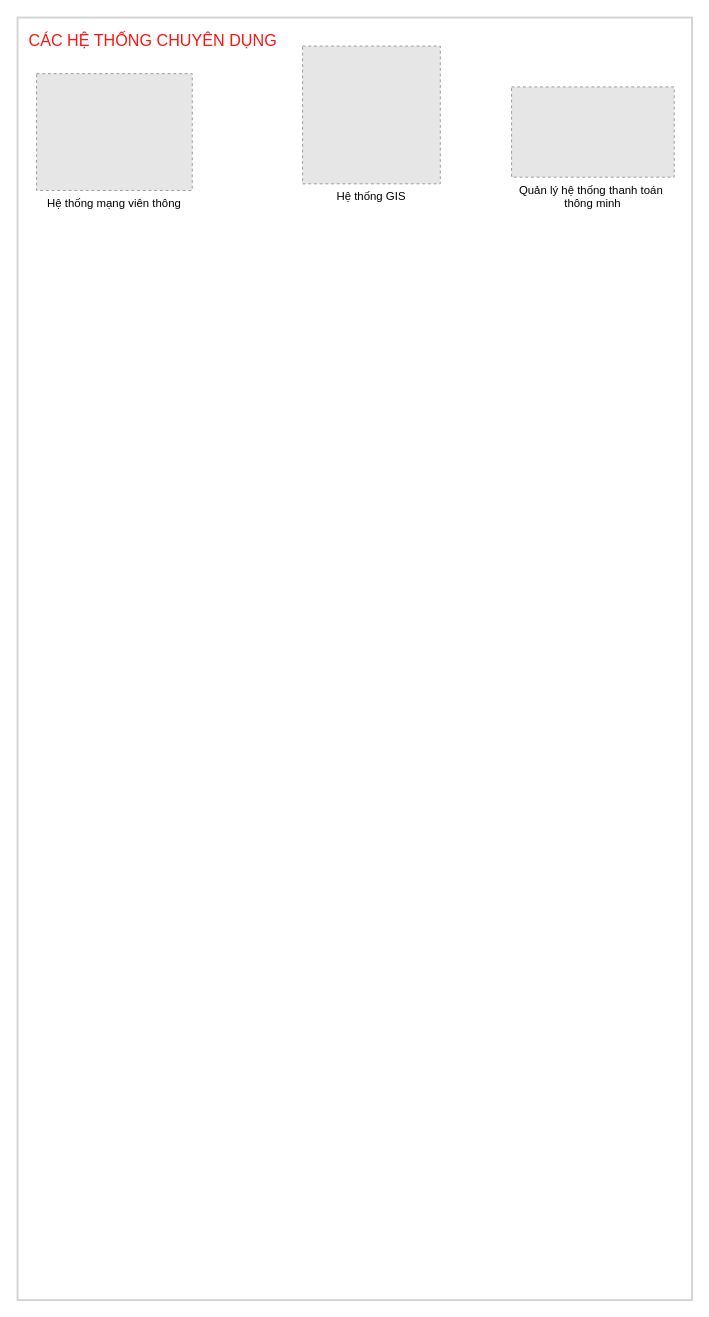
The draw.io diagram so-do-draw/smart_city_v2.drawio in letheanh12345/Draw-io, before the edit. Source tidied: cells renumbered, new cells numbered last; positions are measured from the earlier drawing's top-left corner, leaving out a move shared by most shapes. Both pictures are drawn from the tidied source at 95%, with x=0, y=0 at pixel (17, 17). Pictures stored in the file or linked from it are replaced by grey dashed boxes.
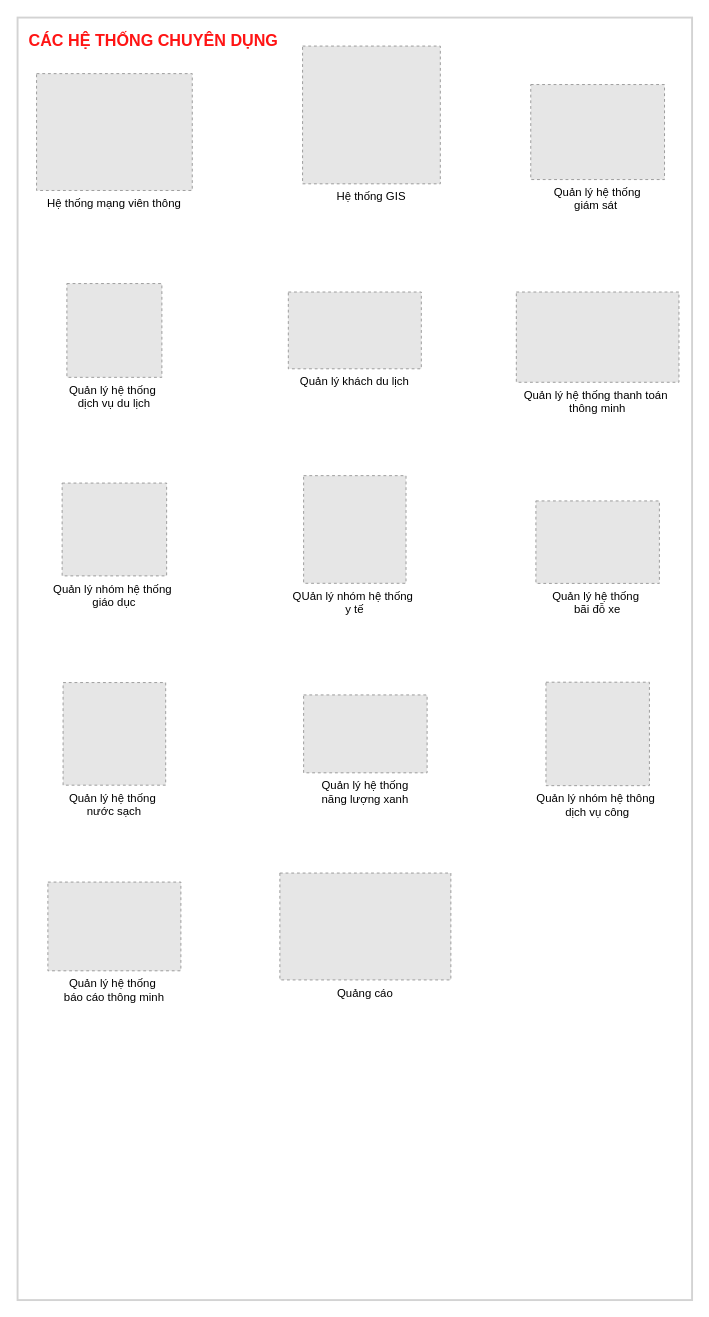
Above is the later version.

The edit, as a diff of the source:
```diff
@@
 <mxGraphModel>
   <root>
     <mxCell id="0" />
     <mxCell id="1" parent="0" />
     <mxCell id="2" style="rounded=0;whiteSpace=wrap;html=1;fillColor=none;strokeColor=#d3d3d3;strokeWidth=2;" parent="1" vertex="1">
       <mxGeometry width="710" height="1350" as="geometry" />
     </mxCell>
-    <mxCell id="3" value="&lt;font style=&quot;font-size: 17px;&quot;&gt;CÁC HỆ THỐNG CHUYÊN DỤNG&lt;/font&gt;" style="text;html=1;strokeColor=none;fillColor=none;align=left;verticalAlign=middle;whiteSpace=wrap;rounded=0;fontColor=#FF1414;" parent="1" vertex="1">
+    <mxCell id="3" value="&lt;font style=&quot;font-size: 17px;&quot;&gt;&lt;b&gt;CÁC HỆ THỐNG CHUYÊN DỤNG&lt;/b&gt;&lt;/font&gt;" style="text;html=1;strokeColor=none;fillColor=none;align=left;verticalAlign=middle;whiteSpace=wrap;rounded=0;fontColor=#FF1414;" parent="1" vertex="1">
       <mxGeometry x="10" y="10" width="390" height="30" as="geometry" />
     </mxCell>
     <mxCell id="4" value="Hệ thống mạng viên thông" style="fillColor=#E6E6E6;strokeColor=#999999;dashed=1;verticalLabelPosition=bottom;labelBackgroundColor=default;verticalAlign=top;" parent="1" vertex="1">
       <mxGeometry x="20" y="59" width="163.9" height="123" as="geometry" />
     </mxCell>
     <mxCell id="5" value="Hệ thống GIS" style="fillColor=#E6E6E6;strokeColor=#999999;dashed=1;verticalLabelPosition=bottom;labelBackgroundColor=default;verticalAlign=top;" parent="1" vertex="1">
       <mxGeometry x="300" y="30" width="145" height="145" as="geometry" />
     </mxCell>
     <mxCell id="6" value="Quản lý hệ thống thanh toán &#10;thông minh" style="fillColor=#E6E6E6;strokeColor=#999999;dashed=1;verticalLabelPosition=bottom;labelBackgroundColor=default;verticalAlign=top;" parent="1" vertex="1">
-      <mxGeometry x="520" y="73" width="171.2" height="95" as="geometry" />
+      <mxGeometry x="525" y="288.9" width="171.2" height="95" as="geometry" />
     </mxCell>
+    <mxCell id="7" value="Quản lý hệ thống &#10;giám sát " style="fillColor=#E6E6E6;strokeColor=#999999;dashed=1;verticalLabelPosition=bottom;labelBackgroundColor=default;verticalAlign=top;" parent="1" vertex="1">
+      <mxGeometry x="540.2" y="70.5" width="140.8" height="100" as="geometry" />
+    </mxCell>
+    <mxCell id="8" value="QUản lý nhóm hệ thống &#10;y tế" style="fillColor=#E6E6E6;strokeColor=#999999;dashed=1;verticalLabelPosition=bottom;labelBackgroundColor=default;verticalAlign=top;" parent="1" vertex="1">
+      <mxGeometry x="301.1" y="482.2" width="107.8" height="113.3" as="geometry" />
+    </mxCell>
+    <mxCell id="9" value="Quản lý khách du lịch" style="fillColor=#E6E6E6;strokeColor=#999999;dashed=1;verticalLabelPosition=bottom;labelBackgroundColor=default;verticalAlign=top;" parent="1" vertex="1">
+      <mxGeometry x="285" y="288.9" width="140" height="80.8" as="geometry" />
+    </mxCell>
+    <mxCell id="10" value="Quản lý nhóm hệ thống &#10;giáo dục" style="fillColor=#E6E6E6;strokeColor=#999999;dashed=1;verticalLabelPosition=bottom;labelBackgroundColor=default;verticalAlign=top;" parent="1" vertex="1">
+      <mxGeometry x="46.9" y="490" width="110" height="97.7" as="geometry" />
+    </mxCell>
+    <mxCell id="11" value="Quản lý nhóm hệ thông &#10;dịch vụ công" style="fillColor=#E6E6E6;strokeColor=#999999;dashed=1;verticalLabelPosition=bottom;labelBackgroundColor=default;verticalAlign=top;" parent="1" vertex="1">
+      <mxGeometry x="556.2" y="699.6" width="108.9" height="108.9" as="geometry" />
+    </mxCell>
+    <mxCell id="12" value="Quản lý hệ thống&#10;năng lượng xanh" style="fillColor=#E6E6E6;strokeColor=#999999;dashed=1;verticalLabelPosition=bottom;labelBackgroundColor=default;verticalAlign=top;" parent="1" vertex="1">
+      <mxGeometry x="301.1" y="713" width="130" height="82" as="geometry" />
+    </mxCell>
+    <mxCell id="13" value="Quản lý hệ thống &#10;nước sạch" style="fillColor=#E6E6E6;strokeColor=#999999;dashed=1;verticalLabelPosition=bottom;labelBackgroundColor=default;verticalAlign=top;" parent="1" vertex="1">
+      <mxGeometry x="47.9" y="700" width="108" height="108" as="geometry" />
+    </mxCell>
+    <mxCell id="14" value="Quản lý hệ thống &#10;bãi đỗ xe" style="fillColor=#E6E6E6;strokeColor=#999999;dashed=1;verticalLabelPosition=bottom;labelBackgroundColor=default;verticalAlign=top;" parent="1" vertex="1">
+      <mxGeometry x="545.6" y="508.8" width="130" height="86.8" as="geometry" />
+    </mxCell>
+    <mxCell id="15" value="Quản lý hệ thống &#10;dịch vụ du lịch" style="fillColor=#E6E6E6;strokeColor=#999999;dashed=1;verticalLabelPosition=bottom;labelBackgroundColor=default;verticalAlign=top;" parent="1" vertex="1">
+      <mxGeometry x="51.9" y="280" width="100" height="98.7" as="geometry" />
+    </mxCell>
+    <mxCell id="16" value="Quản lý hệ thống &#10;báo cáo thông minh" style="fillColor=#E6E6E6;strokeColor=#999999;dashed=1;verticalLabelPosition=bottom;labelBackgroundColor=default;verticalAlign=top;" parent="1" vertex="1">
+      <mxGeometry x="31.9" y="910" width="140" height="93.4" as="geometry" />
+    </mxCell>
+    <mxCell id="17" value="Quảng cáo" style="fillColor=#E6E6E6;strokeColor=#999999;dashed=1;verticalLabelPosition=bottom;labelBackgroundColor=default;verticalAlign=top;" parent="1" vertex="1">
+      <mxGeometry x="276.1" y="900.5" width="180" height="112.5" as="geometry" />
+    </mxCell>
   </root>
 </mxGraphModel>
```
